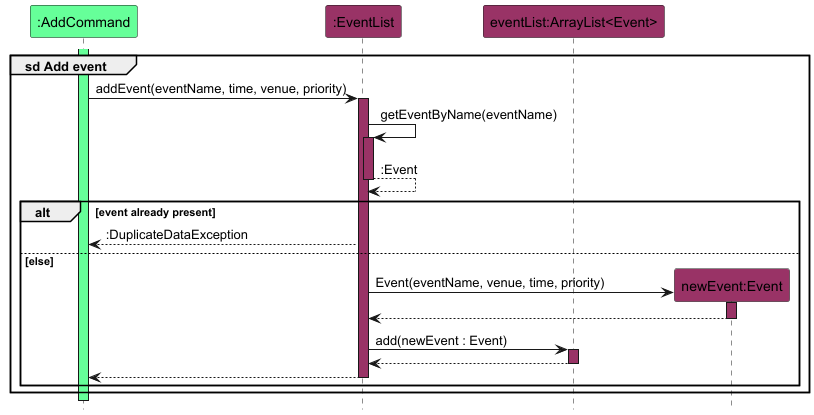
Above: docs/images/AddEventSequenceDiagram.png in nus-cs2113-AY2425S1/tp (PlantUML), before the change.
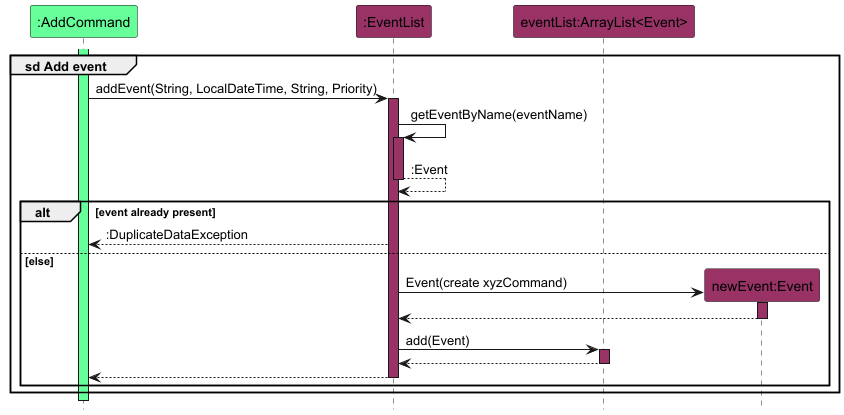
After the commit.

Diff of the diagram source:
```diff
@@ -9,7 +9,7 @@
 
 group sd Add event
     activate command COMMAND_COLOUR
-    command -> eventList : addEvent(eventName, time, venue, priority)
+    command -> eventList : addEvent(String, LocalDateTime, String, Priority)
     activate eventList EVENT_COLOUR
 
     eventList -> eventList : getEventByName(eventName)
@@ -22,12 +22,12 @@
     else else
 
         create event
-        eventList -> event : Event(eventName, venue, time, priority)
+        eventList -> event : Event(create xyzCommand)
         activate event EVENT_COLOUR
 
         return
 
-        eventList -> list : add(newEvent : Event)
+        eventList -> list : add(Event)
         activate list EVENT_COLOUR
 
         return
```
